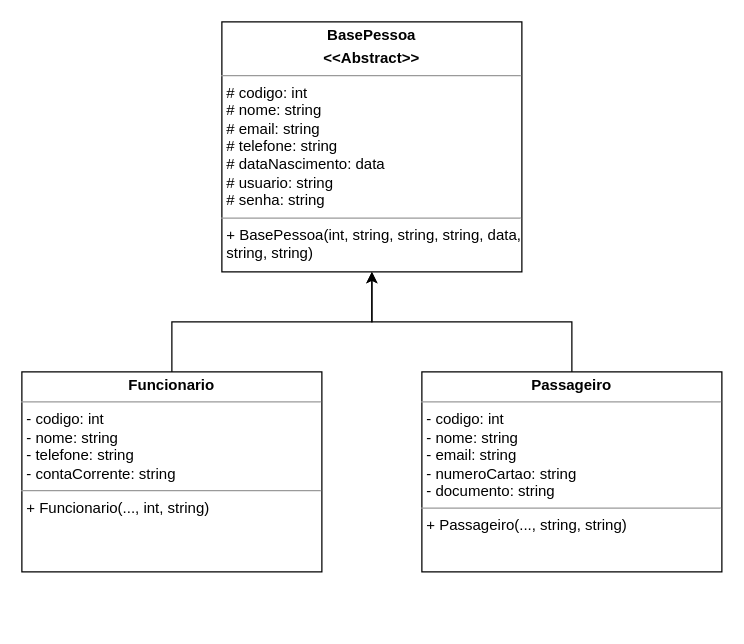
The draw.io diagram Diagramas/Atividade04.drawio in Matheus-Augustto-Paganotti-Benites/projetoescola, before the edit. Source tidied: cells renumbered, new cells numbered last; positions are measured from the earlier drawing's top-left corner, leaving out a move shared by most shapes. Both pictures are drawn from the tidied source at 125%, with x=0, y=0 at pixel (21, 21).
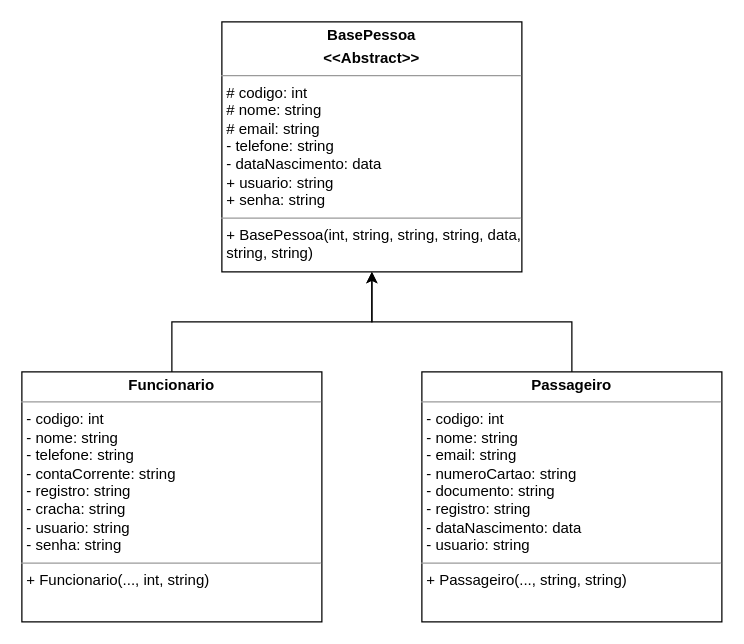
Above is the later version.

The edit, as a diff of the source:
```diff
@@
 <mxGraphModel>
   <root>
     <mxCell id="0" />
     <mxCell id="1" parent="0" />
-    <mxCell id="2" value="&lt;p style=&quot;margin:0px;margin-top:4px;text-align:center;&quot;&gt;&lt;b&gt;BasePessoa&lt;/b&gt;&lt;/p&gt;&lt;p style=&quot;margin:0px;margin-top:4px;text-align:center;&quot;&gt;&lt;b&gt;&amp;lt;&amp;lt;Abstract&amp;gt;&amp;gt;&lt;/b&gt;&lt;/p&gt;&lt;hr size=&quot;1&quot;&gt;&lt;p style=&quot;margin:0px;margin-left:4px;&quot;&gt;# codigo: int&lt;/p&gt;&lt;p style=&quot;margin:0px;margin-left:4px;&quot;&gt;# nome: string&lt;/p&gt;&lt;p style=&quot;margin:0px;margin-left:4px;&quot;&gt;# email: string&lt;/p&gt;&lt;p style=&quot;margin:0px;margin-left:4px;&quot;&gt;# telefone: string&lt;/p&gt;&lt;p style=&quot;margin:0px;margin-left:4px;&quot;&gt;# dataNascimento: data&lt;/p&gt;&lt;p style=&quot;margin:0px;margin-left:4px;&quot;&gt;# usuario: string&lt;/p&gt;&lt;p style=&quot;margin:0px;margin-left:4px;&quot;&gt;# senha: string&lt;/p&gt;&lt;hr size=&quot;1&quot;&gt;&lt;p style=&quot;margin:0px;margin-left:4px;&quot;&gt;+ BasePessoa(int, string, string, string, data, string, string)&lt;/p&gt;" style="verticalAlign=top;align=left;overflow=fill;fontSize=12;fontFamily=Helvetica;html=1;whiteSpace=wrap;" parent="1" vertex="1">
+    <mxCell id="2" value="&lt;p style=&quot;margin:0px;margin-top:4px;text-align:center;&quot;&gt;&lt;b&gt;BasePessoa&lt;/b&gt;&lt;/p&gt;&lt;p style=&quot;margin:0px;margin-top:4px;text-align:center;&quot;&gt;&lt;b&gt;&amp;lt;&amp;lt;Abstract&amp;gt;&amp;gt;&lt;/b&gt;&lt;/p&gt;&lt;hr size=&quot;1&quot;&gt;&lt;p style=&quot;margin:0px;margin-left:4px;&quot;&gt;# codigo: int&lt;/p&gt;&lt;p style=&quot;margin:0px;margin-left:4px;&quot;&gt;# nome: string&lt;/p&gt;&lt;p style=&quot;margin:0px;margin-left:4px;&quot;&gt;# email: string&lt;/p&gt;&lt;p style=&quot;margin:0px;margin-left:4px;&quot;&gt;- telefone: string&lt;/p&gt;&lt;p style=&quot;margin:0px;margin-left:4px;&quot;&gt;- dataNascimento: data&lt;/p&gt;&lt;p style=&quot;margin:0px;margin-left:4px;&quot;&gt;+ usuario: string&lt;/p&gt;&lt;p style=&quot;margin:0px;margin-left:4px;&quot;&gt;+ senha: string&lt;/p&gt;&lt;hr size=&quot;1&quot;&gt;&lt;p style=&quot;margin:0px;margin-left:4px;&quot;&gt;+ BasePessoa(int, string, string, string, data, string, string)&lt;/p&gt;" style="verticalAlign=top;align=left;overflow=fill;fontSize=12;fontFamily=Helvetica;html=1;whiteSpace=wrap;" parent="1" vertex="1">
       <mxGeometry x="160" width="240" height="200" as="geometry" />
     </mxCell>
     <mxCell id="3" style="edgeStyle=orthogonalEdgeStyle;rounded=0;jettySize=auto;html=1;entryX=0.5;entryY=1;entryDx=0;entryDy=0;" parent="1" edge="1" source="4" target="2">
       <mxGeometry relative="1" as="geometry" />
     </mxCell>
-    <mxCell id="4" value="&lt;p style=&quot;margin:0px;margin-top:4px;text-align:center;&quot;&gt;&lt;b&gt;Funcionario&lt;/b&gt;&lt;/p&gt;&lt;hr size=&quot;1&quot;&gt;&lt;p style=&quot;margin:0px;margin-left:4px;&quot;&gt;- codigo: int&lt;/p&gt;&lt;p style=&quot;margin:0px;margin-left:4px;&quot;&gt;- nome: string&lt;/p&gt;&lt;p style=&quot;margin:0px;margin-left:4px;&quot;&gt;- telefone: string&lt;/p&gt;&lt;p style=&quot;margin:0px;margin-left:4px;&quot;&gt;- contaCorrente: string&lt;/p&gt;&lt;hr size=&quot;1&quot;&gt;&lt;p style=&quot;margin:0px;margin-left:4px;&quot;&gt;+ Funcionario(..., int, string)&lt;/p&gt;" style="verticalAlign=top;align=left;overflow=fill;fontSize=12;fontFamily=Helvetica;html=1;whiteSpace=wrap;" parent="1" vertex="1">
-      <mxGeometry y="280" width="240" height="160" as="geometry" />
+    <mxCell id="4" value="&lt;p style=&quot;margin:0px;margin-top:4px;text-align:center;&quot;&gt;&lt;b&gt;Funcionario&lt;/b&gt;&lt;/p&gt;&lt;hr size=&quot;1&quot;&gt;&lt;p style=&quot;margin:0px;margin-left:4px;&quot;&gt;- codigo: int&lt;/p&gt;&lt;p style=&quot;margin:0px;margin-left:4px;&quot;&gt;- nome: string&lt;/p&gt;&lt;p style=&quot;margin:0px;margin-left:4px;&quot;&gt;- telefone: string&lt;/p&gt;&lt;p style=&quot;margin:0px;margin-left:4px;&quot;&gt;- contaCorrente: string&lt;/p&gt;&lt;p style=&quot;margin:0px;margin-left:4px;&quot;&gt;- registro: string&lt;/p&gt;&lt;p style=&quot;margin:0px;margin-left:4px;&quot;&gt;- cracha: string&lt;/p&gt;&lt;p style=&quot;margin:0px;margin-left:4px;&quot;&gt;- usuario: string&lt;/p&gt;&lt;p style=&quot;margin:0px;margin-left:4px;&quot;&gt;- senha: string&lt;/p&gt;&lt;hr size=&quot;1&quot;&gt;&lt;p style=&quot;margin:0px;margin-left:4px;&quot;&gt;+ Funcionario(..., int, string)&lt;/p&gt;" style="verticalAlign=top;align=left;overflow=fill;fontSize=12;fontFamily=Helvetica;html=1;whiteSpace=wrap;" parent="1" vertex="1">
+      <mxGeometry y="280" width="240" height="200" as="geometry" />
     </mxCell>
     <mxCell id="5" style="edgeStyle=orthogonalEdgeStyle;rounded=0;jettySize=auto;html=1;entryX=0.5;entryY=1;entryDx=0;entryDy=0;" parent="1" edge="1" source="6" target="2">
       <mxGeometry relative="1" as="geometry" />
     </mxCell>
-    <mxCell id="6" value="&lt;p style=&quot;margin:0px;margin-top:4px;text-align:center;&quot;&gt;&lt;b&gt;Passageiro&lt;/b&gt;&lt;/p&gt;&lt;hr size=&quot;1&quot;&gt;&lt;p style=&quot;margin:0px;margin-left:4px;&quot;&gt;- codigo: int&lt;/p&gt;&lt;p style=&quot;margin:0px;margin-left:4px;&quot;&gt;- nome: string&lt;/p&gt;&lt;p style=&quot;margin:0px;margin-left:4px;&quot;&gt;- email: string&lt;/p&gt;&lt;p style=&quot;margin:0px;margin-left:4px;&quot;&gt;- numeroCartao: string&lt;/p&gt;&lt;p style=&quot;margin:0px;margin-left:4px;&quot;&gt;- documento: string&lt;/p&gt;&lt;hr size=&quot;1&quot;&gt;&lt;p style=&quot;margin:0px;margin-left:4px;&quot;&gt;+ Passageiro(..., string, string)&lt;/p&gt;" style="verticalAlign=top;align=left;overflow=fill;fontSize=12;fontFamily=Helvetica;html=1;whiteSpace=wrap;" parent="1" vertex="1">
-      <mxGeometry x="320" y="280" width="240" height="160" as="geometry" />
+    <mxCell id="6" value="&lt;p style=&quot;margin:0px;margin-top:4px;text-align:center;&quot;&gt;&lt;b&gt;Passageiro&lt;/b&gt;&lt;/p&gt;&lt;hr size=&quot;1&quot;&gt;&lt;p style=&quot;margin:0px;margin-left:4px;&quot;&gt;- codigo: int&lt;/p&gt;&lt;p style=&quot;margin:0px;margin-left:4px;&quot;&gt;- nome: string&lt;/p&gt;&lt;p style=&quot;margin:0px;margin-left:4px;&quot;&gt;- email: string&lt;/p&gt;&lt;p style=&quot;margin:0px;margin-left:4px;&quot;&gt;- numeroCartao: string&lt;/p&gt;&lt;p style=&quot;margin:0px;margin-left:4px;&quot;&gt;- documento: string&lt;/p&gt;&lt;p style=&quot;margin:0px;margin-left:4px;&quot;&gt;- registro: string&lt;/p&gt;&lt;p style=&quot;margin:0px;margin-left:4px;&quot;&gt;- dataNascimento: data&lt;/p&gt;&lt;p style=&quot;margin:0px;margin-left:4px;&quot;&gt;- usuario: string&lt;/p&gt;&lt;hr size=&quot;1&quot;&gt;&lt;p style=&quot;margin:0px;margin-left:4px;&quot;&gt;+ Passageiro(..., string, string)&lt;/p&gt;" style="verticalAlign=top;align=left;overflow=fill;fontSize=12;fontFamily=Helvetica;html=1;whiteSpace=wrap;" parent="1" vertex="1">
+      <mxGeometry x="320" y="280" width="240" height="200" as="geometry" />
     </mxCell>
   </root>
 </mxGraphModel>
```
